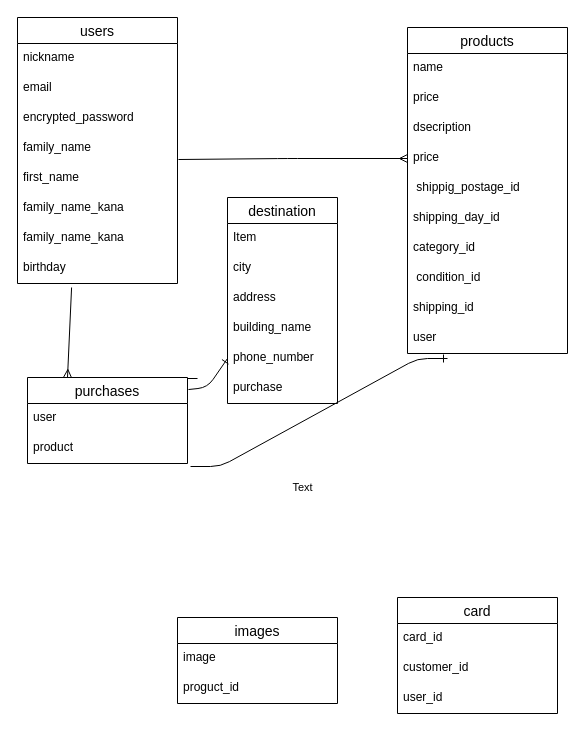
The draw.io diagram furima.dio in reicooooo/furima-37713, before the edit. Source tidied: cells renumbered, new cells numbered last; positions are measured from the earlier drawing's top-left corner, leaving out a move shared by most shapes. Both pictures are drawn from the tidied source at 100%, with x=0, y=0 at pixel (17, 17).
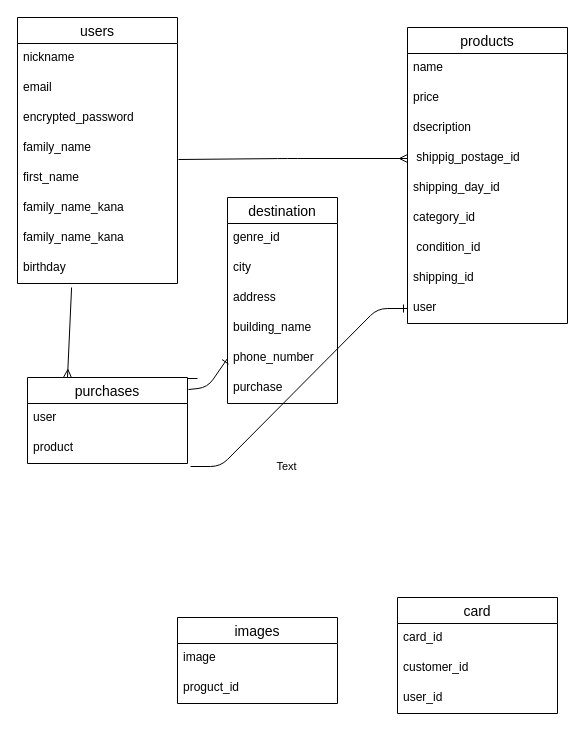
Above is the later version.

The change refers to these unchanged cells:
```xml
<mxCell id="23" value="destination" style="swimlane;fontStyle=0;horizontal=1;startSize=26;align=center;fontSize=14;" parent="1" vertex="1">
  <mxGeometry x="210" y="180" width="110" height="206" as="geometry" />
</mxCell>
<mxCell id="40" value="product" style="text;strokeColor=none;fillColor=none;spacingLeft=4;spacingRight=4;overflow=hidden;points=[[0,0.5],[1,0.5]];portConstraint=eastwest;fontSize=12;" parent="38" vertex="1">
  <mxGeometry y="56" width="160" height="30" as="geometry" />
</mxCell>
```

What changed in the source:
```diff
@@
     <mxCell id="2" value="products" style="swimlane;fontStyle=0;horizontal=1;startSize=26;align=center;fontSize=14;" parent="1" vertex="1">
-      <mxGeometry x="390" y="10" width="160" height="326" as="geometry" />
+      <mxGeometry x="390" y="10" width="160" height="296" as="geometry" />
     </mxCell>
@@
-    <mxCell id="6" value="price" style="text;strokeColor=none;fillColor=none;spacingLeft=4;spacingRight=4;overflow=hidden;fontSize=12;" parent="2" vertex="1">
-      <mxGeometry y="116" width="160" height="30" as="geometry" />
-    </mxCell>
     <mxCell id="7" value=" shippig_postage_id" style="text;strokeColor=none;fillColor=none;spacingLeft=4;spacingRight=4;overflow=hidden;fontSize=12;" parent="2" vertex="1">
-      <mxGeometry y="146" width="160" height="30" as="geometry" />
+      <mxGeometry y="116" width="160" height="30" as="geometry" />
     </mxCell>
     <mxCell id="8" value="shipping_day_id" style="text;strokeColor=none;fillColor=none;spacingLeft=4;spacingRight=4;overflow=hidden;fontSize=12;" parent="2" vertex="1">
-      <mxGeometry y="176" width="160" height="30" as="geometry" />
+      <mxGeometry y="146" width="160" height="30" as="geometry" />
     </mxCell>
     <mxCell id="9" value="category_id" style="text;strokeColor=none;fillColor=none;spacingLeft=4;spacingRight=4;overflow=hidden;fontSize=12;" parent="2" vertex="1">
-      <mxGeometry y="206" width="160" height="30" as="geometry" />
+      <mxGeometry y="176" width="160" height="30" as="geometry" />
     </mxCell>
     <mxCell id="10" value=" condition_id" style="text;strokeColor=none;fillColor=none;spacingLeft=4;spacingRight=4;overflow=hidden;fontSize=12;" parent="2" vertex="1">
-      <mxGeometry y="236" width="160" height="30" as="geometry" />
+      <mxGeometry y="206" width="160" height="30" as="geometry" />
     </mxCell>
     <mxCell id="11" value="shipping_id" style="text;strokeColor=none;fillColor=none;spacingLeft=4;spacingRight=4;overflow=hidden;fontSize=12;" parent="2" vertex="1">
-      <mxGeometry y="266" width="160" height="30" as="geometry" />
+      <mxGeometry y="236" width="160" height="30" as="geometry" />
     </mxCell>
     <mxCell id="12" value="user" style="text;strokeColor=none;fillColor=none;spacingLeft=4;spacingRight=4;overflow=hidden;points=[[0,0.5],[1,0.5]];portConstraint=eastwest;fontSize=12;" parent="2" vertex="1">
-      <mxGeometry y="296" width="160" height="30" as="geometry" />
+      <mxGeometry y="266" width="160" height="30" as="geometry" />
     </mxCell>
@@
-    <mxCell id="24" value="Item" style="text;strokeColor=none;fillColor=none;spacingLeft=4;spacingRight=4;overflow=hidden;fontSize=12;" parent="23" vertex="1">
+    <mxCell id="24" value="genre_id" style="text;strokeColor=none;fillColor=none;spacingLeft=4;spacingRight=4;overflow=hidden;fontSize=12;" parent="23" vertex="1">
       <mxGeometry y="26" width="110" height="30" as="geometry" />
     </mxCell>
@@
-    <mxCell id="44" style="edgeStyle=entityRelationEdgeStyle;fontSize=12;html=1;endArrow=ERone;endFill=1;exitX=1.019;exitY=1.1;exitDx=0;exitDy=0;exitPerimeter=0;" parent="1" edge="1" source="40">
-      <mxGeometry relative="1" as="geometry">
-        <mxPoint x="430" y="341" as="targetPoint" />
-      </mxGeometry>
+    <mxCell id="44" style="edgeStyle=entityRelationEdgeStyle;fontSize=12;html=1;endArrow=ERone;endFill=1;exitX=1.019;exitY=1.1;exitDx=0;exitDy=0;exitPerimeter=0;" parent="1" edge="1" source="40" target="12">
+      <mxGeometry relative="1" as="geometry" />
     </mxCell>
```
